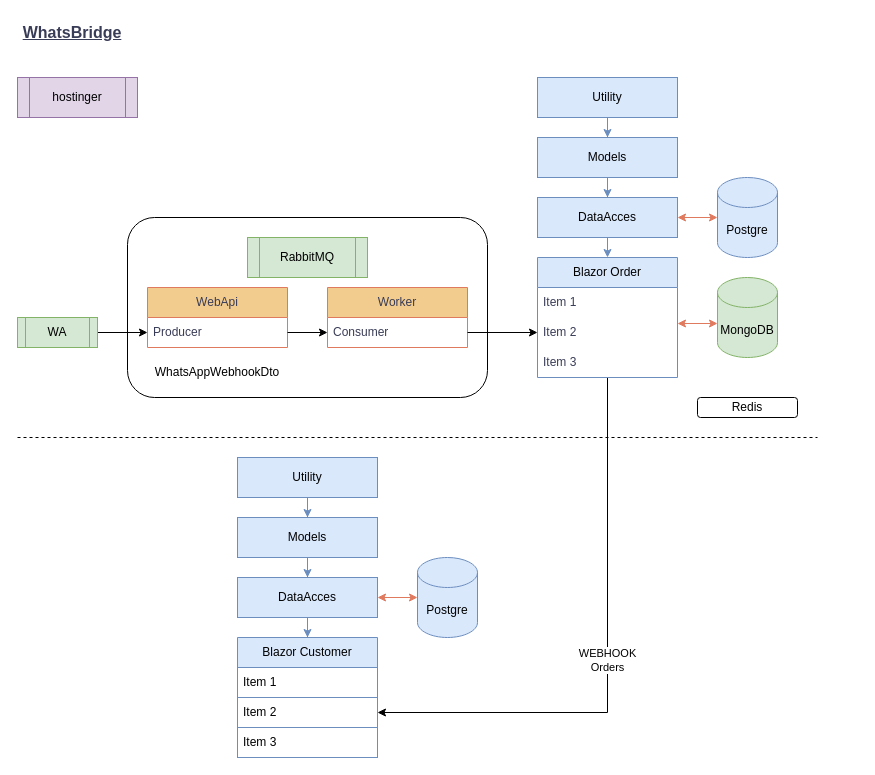
usuariodamianrepo/WhatsBridge keeps this draw.io diagram as page "Página-1" (1 of 2) of docs/WhatsBridge.drawio. Above is the earlier version. Source tidied: cells renumbered, new cells numbered last; positions are measured from the earlier drawing's top-left corner, leaving out a move shared by most shapes. Both pictures are drawn from the tidied source at 100%, with x=0, y=0 at pixel (17, 17).
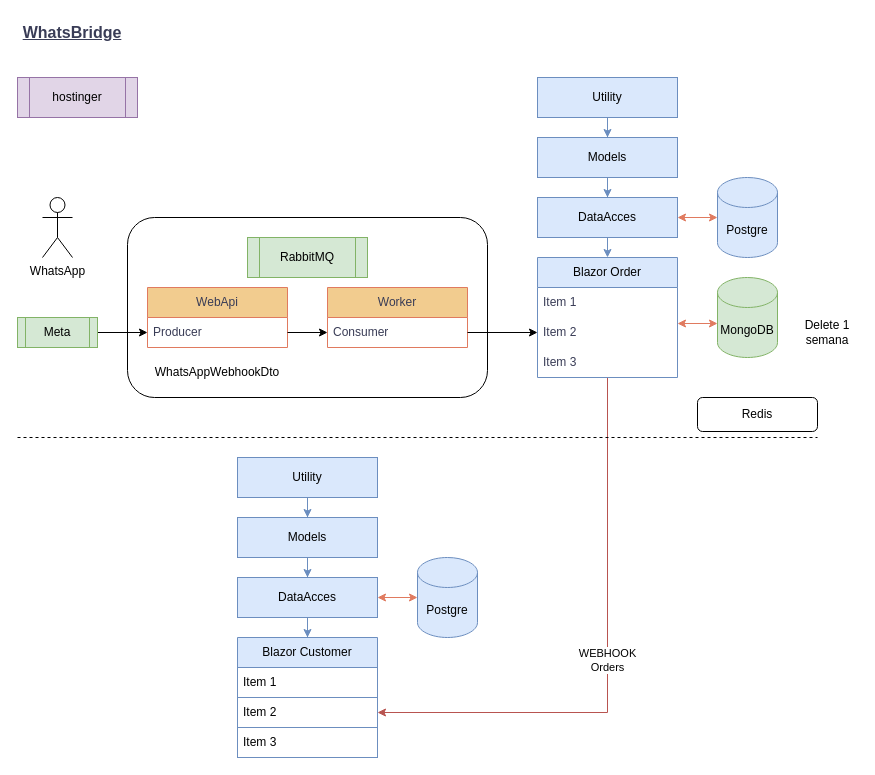
The same page after the edit.

Unchanged cells that the change refers to:
```xml
<mxCell id="9" value="Bla&lt;span style=&quot;background-color: initial;&quot;&gt;zor Order&lt;/span&gt;" style="swimlane;fontStyle=0;horizontal=1;startSize=30;whiteSpace=wrap;html=1;labelBackgroundColor=none;fillColor=#dae8fc;strokeColor=#6c8ebf;" parent="1" vertex="1">
  <mxGeometry x="520" y="240" width="140" height="120" as="geometry" />
</mxCell>
<mxCell id="22" value="Item 2" style="text;strokeColor=#6c8ebf;fillColor=none;align=left;verticalAlign=middle;spacingLeft=4;spacingRight=4;overflow=hidden;points=[[0,0.5],[1,0.5]];portConstraint=eastwest;whiteSpace=wrap;html=1;labelBackgroundColor=none;" parent="20" vertex="1">
  <mxGeometry y="60" width="140" height="30" as="geometry" />
</mxCell>
```

The edit, as a diff of the source:
```diff
@@
-    <mxCell id="8" value="WEBHOOK&lt;div&gt;Orders&lt;/div&gt;" style="edgeStyle=orthogonalEdgeStyle;rounded=0;jettySize=auto;html=1;entryX=1;entryY=0.5;entryDx=0;entryDy=0;" parent="1" edge="1" source="9" target="22">
+    <mxCell id="8" value="WEBHOOK&lt;div&gt;Orders&lt;/div&gt;" style="edgeStyle=orthogonalEdgeStyle;rounded=0;jettySize=auto;html=1;entryX=1;entryY=0.5;entryDx=0;entryDy=0;fillColor=#f8cecc;strokeColor=#b85450;" parent="1" edge="1" source="9" target="22">
       <mxGeometry relative="1" as="geometry" />
     </mxCell>
@@
-    <mxCell id="16" value="WA" style="shape=process;whiteSpace=wrap;html=1;backgroundOutline=1;fillColor=#d5e8d4;strokeColor=#82b366;" parent="1" vertex="1">
+    <mxCell id="16" value="Meta" style="shape=process;whiteSpace=wrap;html=1;backgroundOutline=1;fillColor=#d5e8d4;strokeColor=#82b366;" parent="1" vertex="1">
       <mxGeometry y="300" width="80" height="30" as="geometry" />
     </mxCell>
@@
-    <mxCell id="41" value="Redis" style="rounded=1;whiteSpace=wrap;html=1;" parent="1" vertex="1">
-      <mxGeometry x="680" y="380" width="100" height="20" as="geometry" />
-    </mxCell>
@@
+    <mxCell id="44" value="WhatsApp" style="shape=umlActor;verticalLabelPosition=bottom;verticalAlign=top;html=1;" parent="1" vertex="1">
+      <mxGeometry x="25" y="180" width="30" height="60" as="geometry" />
+    </mxCell>
+    <mxCell id="41" value="Redis" style="rounded=1;whiteSpace=wrap;html=1;" parent="1" vertex="1">
+      <mxGeometry x="680" y="380" width="120" height="34" as="geometry" />
+    </mxCell>
+    <mxCell id="45" value="Delete 1 semana" style="text;html=1;align=center;verticalAlign=middle;whiteSpace=wrap;rounded=0;" parent="1" vertex="1">
+      <mxGeometry x="780" y="300" width="60" height="30" as="geometry" />
+    </mxCell>
```
